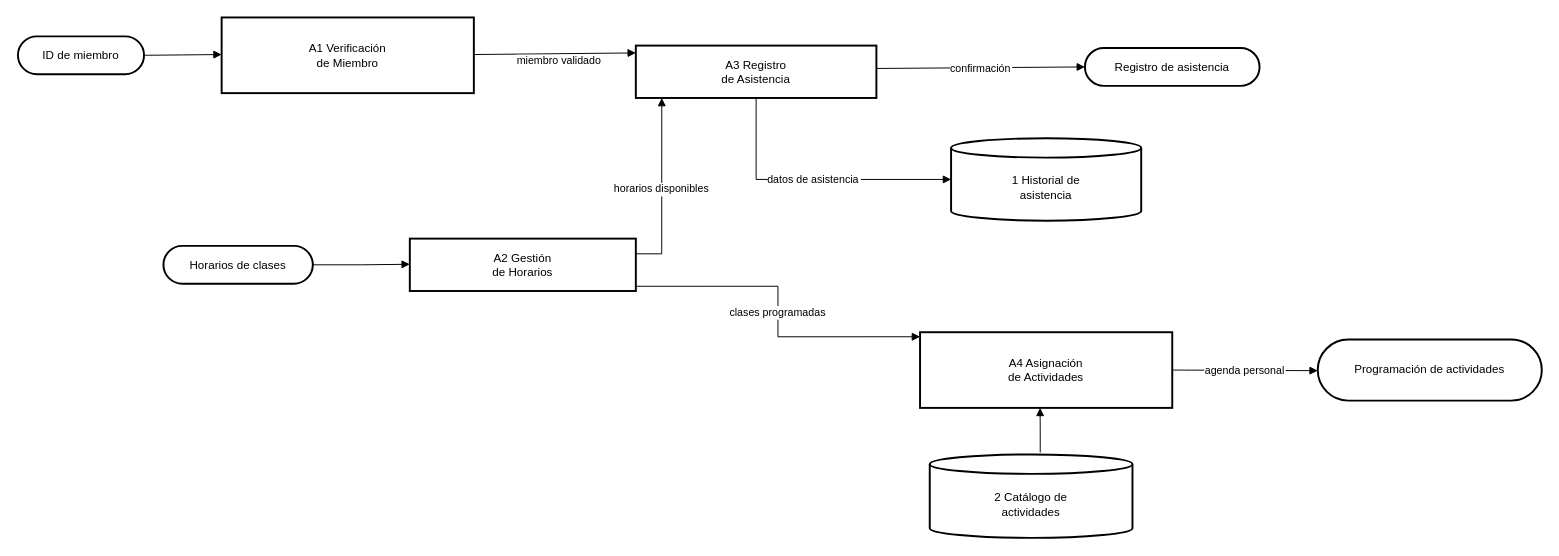
Above: F_NIVEL0_P2.drawio in RogerNegrete/sistemas-distribuidos (draw.io), before the change. Source tidied: cells renumbered, new cells numbered last; positions are measured from the earlier drawing's top-left corner, leaving out a move shared by most shapes. Both pictures are drawn from the tidied source at 97%, with x=0, y=0 at pixel (17, 17).
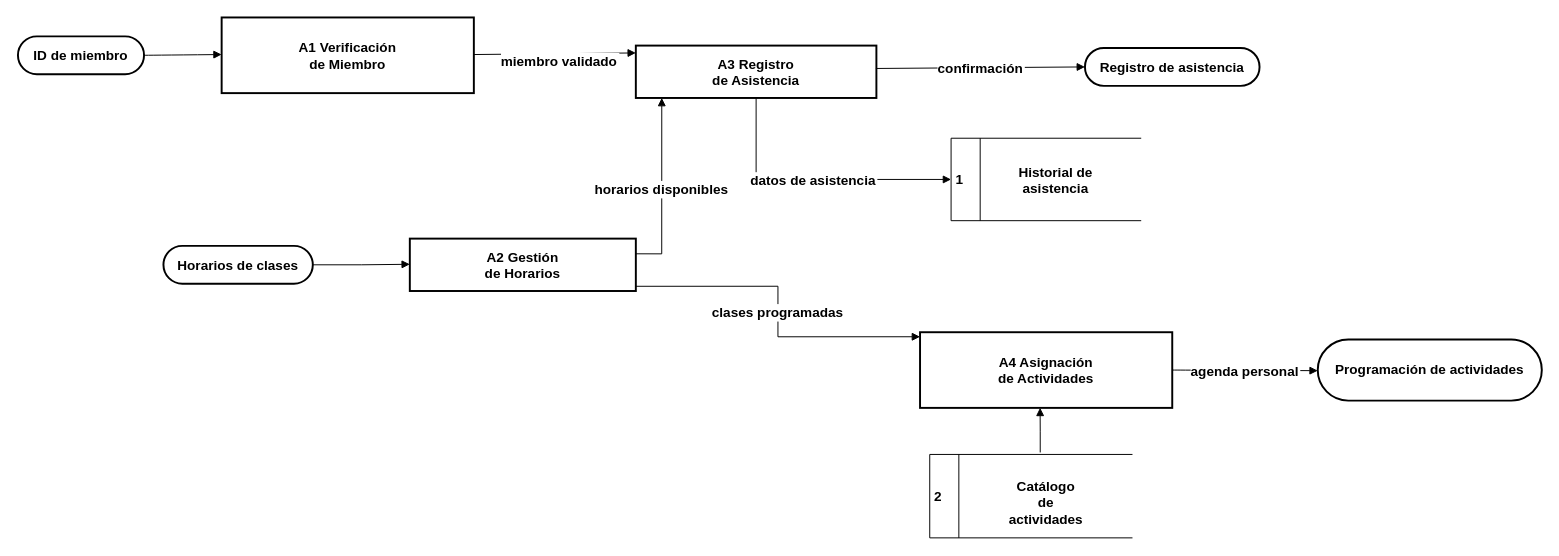
The same page after the edit.

Change to the diagram source:
```diff
@@
-    <mxCell id="2" value="ID de miembro" style="rounded=1;whiteSpace=wrap;arcSize=50;strokeWidth=2;" parent="1" vertex="1">
+    <mxCell id="2" value="ID de miembro" style="rounded=1;whiteSpace=wrap;arcSize=50;strokeWidth=2;fontSize=14;fontStyle=1;" parent="1" vertex="1">
       <mxGeometry y="19" width="130" height="39" as="geometry" />
     </mxCell>
-    <mxCell id="3" value="A1 Verificación&#10;de Miembro" style="whiteSpace=wrap;strokeWidth=2;" parent="1" vertex="1">
+    <mxCell id="3" value="A1 Verificación&#10;de Miembro" style="whiteSpace=wrap;strokeWidth=2;fontSize=14;fontStyle=1;" parent="1" vertex="1">
       <mxGeometry x="210" y="-0.5" width="260" height="78" as="geometry" />
     </mxCell>
-    <mxCell id="4" value="Horarios de clases" style="rounded=1;whiteSpace=wrap;arcSize=50;strokeWidth=2;" parent="1" vertex="1">
+    <mxCell id="4" value="Horarios de clases" style="rounded=1;whiteSpace=wrap;arcSize=50;strokeWidth=2;fontStyle=1;fontSize=14;" parent="1" vertex="1">
       <mxGeometry x="150" y="235" width="154" height="39" as="geometry" />
     </mxCell>
-    <mxCell id="5" value="A2 Gestión&#10;de Horarios" style="whiteSpace=wrap;strokeWidth=2;" parent="1" vertex="1">
+    <mxCell id="5" value="A2 Gestión&#10;de Horarios" style="whiteSpace=wrap;strokeWidth=2;fontSize=14;fontStyle=1;" parent="1" vertex="1">
       <mxGeometry x="404" y="227.5" width="233" height="54" as="geometry" />
     </mxCell>
-    <mxCell id="6" value="A3 Registro&#10;de Asistencia" style="whiteSpace=wrap;strokeWidth=2;" parent="1" vertex="1">
+    <mxCell id="6" value="A3 Registro&#10;de Asistencia" style="whiteSpace=wrap;strokeWidth=2;fontSize=14;fontStyle=1;" parent="1" vertex="1">
       <mxGeometry x="637" y="28.5" width="248" height="54" as="geometry" />
     </mxCell>
-    <mxCell id="7" value="A4 Asignación&#10;de Actividades" style="whiteSpace=wrap;strokeWidth=2;" parent="1" vertex="1">
+    <mxCell id="7" value="A4 Asignación&#10;de Actividades" style="whiteSpace=wrap;strokeWidth=2;fontStyle=1;fontSize=14;" parent="1" vertex="1">
       <mxGeometry x="930" y="324" width="260" height="78" as="geometry" />
     </mxCell>
-    <mxCell id="8" value="1 Historial de&#10;asistencia" style="shape=cylinder3;boundedLbl=1;backgroundOutline=1;size=10;strokeWidth=2;whiteSpace=wrap;" parent="1" vertex="1">
+    <mxCell id="8" value="&lt;font style=&quot;font-size: 14px;&quot;&gt;&lt;b&gt;1&amp;nbsp;&lt;/b&gt;&lt;/font&gt;" style="html=1;dashed=0;whiteSpace=wrap;shape=mxgraph.dfd.dataStoreID;align=left;spacingLeft=3;points=[[0,0],[0.5,0],[1,0],[0,0.5],[1,0.5],[0,1],[0.5,1],[1,1]];" parent="1" vertex="1">
       <mxGeometry x="962" y="124" width="196" height="85" as="geometry" />
     </mxCell>
-    <mxCell id="9" value="2 Catálogo de&#10;actividades" style="shape=cylinder3;boundedLbl=1;backgroundOutline=1;size=10;strokeWidth=2;whiteSpace=wrap;" parent="1" vertex="1">
+    <mxCell id="9" value="&lt;font style=&quot;font-size: 14px;&quot;&gt;&lt;b&gt;2&amp;nbsp;&lt;/b&gt;&lt;/font&gt;" style="html=1;dashed=0;whiteSpace=wrap;shape=mxgraph.dfd.dataStoreID;align=left;spacingLeft=3;points=[[0,0],[0.5,0],[1,0],[0,0.5],[1,0.5],[0,1],[0.5,1],[1,1]];" parent="1" vertex="1">
       <mxGeometry x="940" y="450" width="209" height="86" as="geometry" />
     </mxCell>
-    <mxCell id="10" value="Registro de asistencia" style="rounded=1;whiteSpace=wrap;arcSize=50;strokeWidth=2;" parent="1" vertex="1">
+    <mxCell id="10" value="Registro de asistencia" style="rounded=1;whiteSpace=wrap;arcSize=50;strokeWidth=2;fontSize=14;fontStyle=1;" parent="1" vertex="1">
       <mxGeometry x="1100" y="31" width="180" height="39" as="geometry" />
     </mxCell>
-    <mxCell id="11" value="Programación de actividades" style="rounded=1;whiteSpace=wrap;arcSize=50;strokeWidth=2;" parent="1" vertex="1">
+    <mxCell id="11" value="Programación de actividades" style="rounded=1;whiteSpace=wrap;arcSize=50;strokeWidth=2;fontStyle=1;fontSize=14;" parent="1" vertex="1">
       <mxGeometry x="1340" y="331.5" width="231" height="63" as="geometry" />
     </mxCell>
@@
-    <mxCell id="14" value="miembro validado" style="startArrow=none;endArrow=block;exitX=1;exitY=0.49;entryX=0;entryY=0.14;rounded=0;" parent="1" edge="1" source="3" target="6">
+    <mxCell id="14" value="miembro validado" style="startArrow=none;endArrow=block;exitX=1;exitY=0.49;entryX=0;entryY=0.14;rounded=0;fontStyle=1;fontSize=14;" parent="1" edge="1" source="3" target="6">
       <mxGeometry x="0.05" y="-7" relative="1" as="geometry" />
     </mxCell>
-    <mxCell id="15" value="horarios disponibles" style="startArrow=none;endArrow=block;exitX=1;exitY=0.29;entryX=0.1;entryY=1.01;rounded=0;edgeStyle=orthogonalEdgeStyle;" parent="1" edge="1" source="5" target="6">
+    <mxCell id="15" value="horarios disponibles" style="startArrow=none;endArrow=block;exitX=1;exitY=0.29;entryX=0.1;entryY=1.01;rounded=0;edgeStyle=orthogonalEdgeStyle;fontSize=14;fontStyle=1;" parent="1" edge="1" source="5" target="6">
       <mxGeometry relative="1" as="geometry" />
     </mxCell>
-    <mxCell id="16" value="clases programadas" style="startArrow=none;endArrow=block;exitX=1;exitY=0.91;entryX=0;entryY=0.06;rounded=0;edgeStyle=orthogonalEdgeStyle;" parent="1" edge="1" source="5" target="7">
+    <mxCell id="16" value="clases programadas" style="startArrow=none;endArrow=block;exitX=1;exitY=0.91;entryX=0;entryY=0.06;rounded=0;edgeStyle=orthogonalEdgeStyle;fontSize=14;fontStyle=1;" parent="1" edge="1" source="5" target="7">
       <mxGeometry relative="1" as="geometry" />
     </mxCell>
-    <mxCell id="17" value="datos de asistencia" style="startArrow=none;endArrow=block;exitX=0.5;exitY=1;entryX=0;entryY=0.5;rounded=0;edgeStyle=orthogonalEdgeStyle;exitDx=0;exitDy=0;" parent="1" edge="1" source="6" target="8">
+    <mxCell id="17" value="datos de asistencia" style="startArrow=none;endArrow=block;exitX=0.5;exitY=1;entryX=0;entryY=0.5;rounded=0;edgeStyle=orthogonalEdgeStyle;exitDx=0;exitDy=0;fontSize=14;fontStyle=1;" parent="1" edge="1" source="6" target="8">
       <mxGeometry relative="1" as="geometry" />
     </mxCell>
@@
-    <mxCell id="19" value="confirmación" style="startArrow=none;endArrow=block;exitX=0.998;exitY=0.437;entryX=0;entryY=0.5;rounded=0;exitDx=0;exitDy=0;exitPerimeter=0;entryDx=0;entryDy=0;" parent="1" edge="1" source="6" target="10">
+    <mxCell id="19" value="confirmación" style="startArrow=none;endArrow=block;exitX=0.998;exitY=0.437;entryX=0;entryY=0.5;rounded=0;exitDx=0;exitDy=0;exitPerimeter=0;entryDx=0;entryDy=0;fontSize=14;fontStyle=1;" parent="1" edge="1" source="6" target="10">
       <mxGeometry relative="1" as="geometry" />
     </mxCell>
-    <mxCell id="20" value="agenda personal" style="curved=1;startArrow=none;endArrow=block;exitX=1;exitY=0.5;entryX=0;entryY=0.51;rounded=0;" parent="1" edge="1" source="7" target="11">
+    <mxCell id="20" value="agenda personal" style="curved=1;startArrow=none;endArrow=block;exitX=1;exitY=0.5;entryX=0;entryY=0.51;rounded=0;fontSize=14;fontStyle=1;" parent="1" edge="1" source="7" target="11">
       <mxGeometry relative="1" as="geometry" />
     </mxCell>
+    <mxCell id="21" value="&lt;b&gt;&lt;font style=&quot;font-size: 14px;&quot;&gt;&lt;span style=&quot;text-align: left;&quot;&gt;Historial de&lt;/span&gt;&lt;br style=&quot;text-align: left;&quot;&gt;&lt;span style=&quot;text-align: left;&quot;&gt;asistencia&lt;/span&gt;&lt;/font&gt;&lt;/b&gt;" style="text;html=1;align=center;verticalAlign=middle;whiteSpace=wrap;rounded=0;" parent="1" vertex="1">
+      <mxGeometry x="1010" y="141.5" width="120" height="50" as="geometry" />
+    </mxCell>
+    <mxCell id="22" value="&lt;span style=&quot;text-align: left;&quot;&gt;Catálogo de&lt;/span&gt;&lt;br style=&quot;text-align: left;&quot;&gt;&lt;span style=&quot;text-align: left;&quot;&gt;actividades&lt;/span&gt;" style="text;html=1;align=center;verticalAlign=middle;whiteSpace=wrap;rounded=0;fontSize=14;fontStyle=1;" parent="1" vertex="1">
+      <mxGeometry x="1020" y="470" width="80" height="60" as="geometry" />
+    </mxCell>
```
